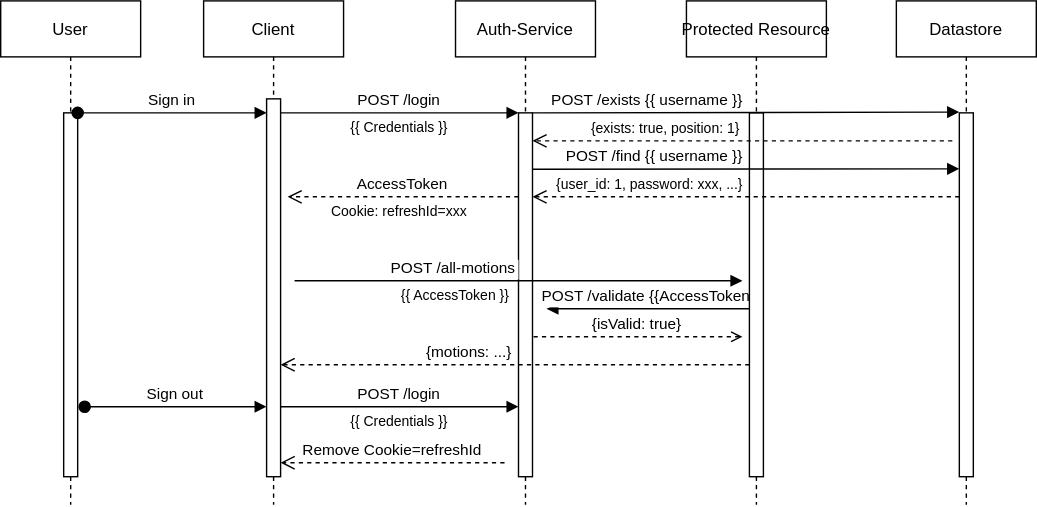
OpenSlides/openslides-auth-service keeps this draw.io diagram as res/pictures/complete-workflow.svg. Above is the earlier version. Source tidied: cells renumbered, new cells last; positions are measured from the earlier drawing's top-left corner, leaving out a move shared by most shapes.
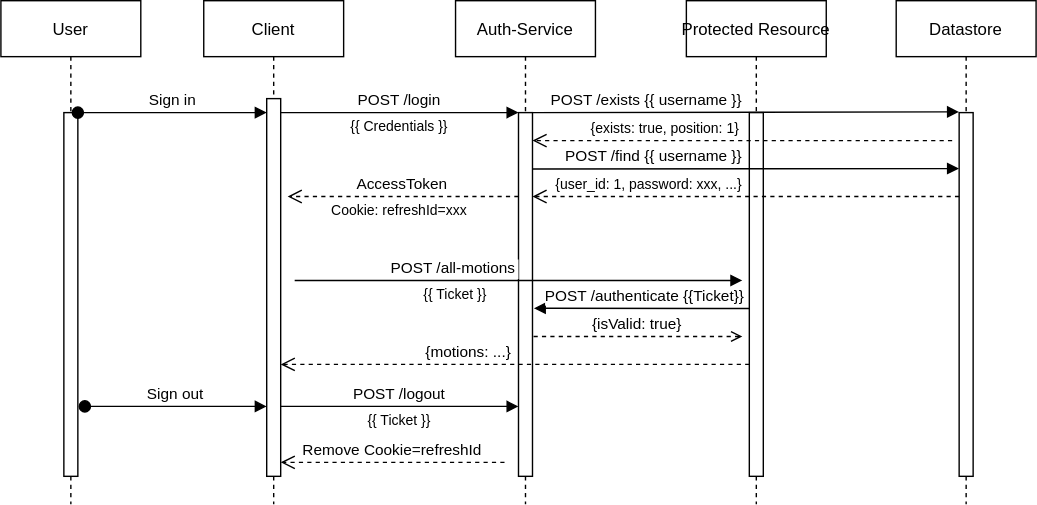
The same diagram one commit later.

Commit message:
Updates workflow-examples

Change to the diagram source:
```diff
@@ -17,9 +17,8 @@
     <mxCell id="6" value="POST /login" style="verticalAlign=bottom;endArrow=block;entryX=0;entryY=0;shadow=0;strokeWidth=1;" parent="1" edge="1" source="3" target="5">
       <mxGeometry relative="1" as="geometry" />
     </mxCell>
-    <mxCell id="7" value="POST /validate {{AccessToken}}" style="verticalAlign=bottom;endArrow=block;shadow=0;strokeWidth=1;" parent="1" edge="1" source="8">
+    <mxCell id="7" value="POST /authenticate {{Ticket}}" style="verticalAlign=bottom;endArrow=block;shadow=0;strokeWidth=1;entryX=1.1;entryY=0.538;entryDx=0;entryDy=0;entryPerimeter=0;" parent="1" edge="1" source="8" target="5">
       <mxGeometry relative="1" as="geometry">
-        <mxPoint x="390" y="220" as="targetPoint" />
         <Array as="points">
           <mxPoint x="520" y="220" />
         </Array>
@@ -81,7 +80,7 @@
         <mxPoint x="530" y="200" as="targetPoint" />
       </mxGeometry>
     </mxCell>
-    <mxCell id="21" value="{{ AccessToken }}" style="text;html=1;strokeColor=none;fillColor=none;align=center;verticalAlign=middle;whiteSpace=wrap;rounded=0;fontSize=10;" parent="1" vertex="1">
+    <mxCell id="21" value="{{ Ticket }}" style="text;html=1;strokeColor=none;fillColor=none;align=center;verticalAlign=middle;whiteSpace=wrap;rounded=0;fontSize=10;" parent="1" vertex="1">
       <mxGeometry x="280" y="200" width="90" height="20" as="geometry" />
     </mxCell>
     <mxCell id="22" value="AccessToken" style="verticalAlign=bottom;endArrow=open;dashed=1;endSize=8;exitX=0;exitY=0.95;shadow=0;strokeWidth=1;" parent="1" edge="1">
@@ -104,13 +103,13 @@
     <mxCell id="25" value="Cookie: refreshId=xxx" style="text;html=1;strokeColor=none;fillColor=none;align=center;verticalAlign=middle;whiteSpace=wrap;rounded=0;fontSize=10;" parent="1" vertex="1">
       <mxGeometry x="230" y="140" width="110" height="20" as="geometry" />
     </mxCell>
-    <mxCell id="26" value="POST /login" style="verticalAlign=bottom;endArrow=block;entryX=0;entryY=0;shadow=0;strokeWidth=1;" parent="1" edge="1">
+    <mxCell id="26" value="POST /logout" style="verticalAlign=bottom;endArrow=block;entryX=0;entryY=0;shadow=0;strokeWidth=1;" parent="1" edge="1">
       <mxGeometry relative="1" as="geometry">
         <mxPoint x="200" y="290" as="sourcePoint" />
         <mxPoint x="370" y="290" as="targetPoint" />
       </mxGeometry>
     </mxCell>
-    <mxCell id="27" value="{{ Credentials }}" style="text;html=1;strokeColor=none;fillColor=none;align=center;verticalAlign=middle;whiteSpace=wrap;rounded=0;fontSize=10;" parent="1" vertex="1">
+    <mxCell id="27" value="{{ Ticket }}" style="text;html=1;strokeColor=none;fillColor=none;align=center;verticalAlign=middle;whiteSpace=wrap;rounded=0;fontSize=10;" parent="1" vertex="1">
       <mxGeometry x="240" y="290" width="90" height="20" as="geometry" />
     </mxCell>
     <mxCell id="28" value="Sign out" style="verticalAlign=bottom;startArrow=oval;endArrow=block;startSize=8;shadow=0;strokeWidth=1;" parent="1" edge="1">
```
